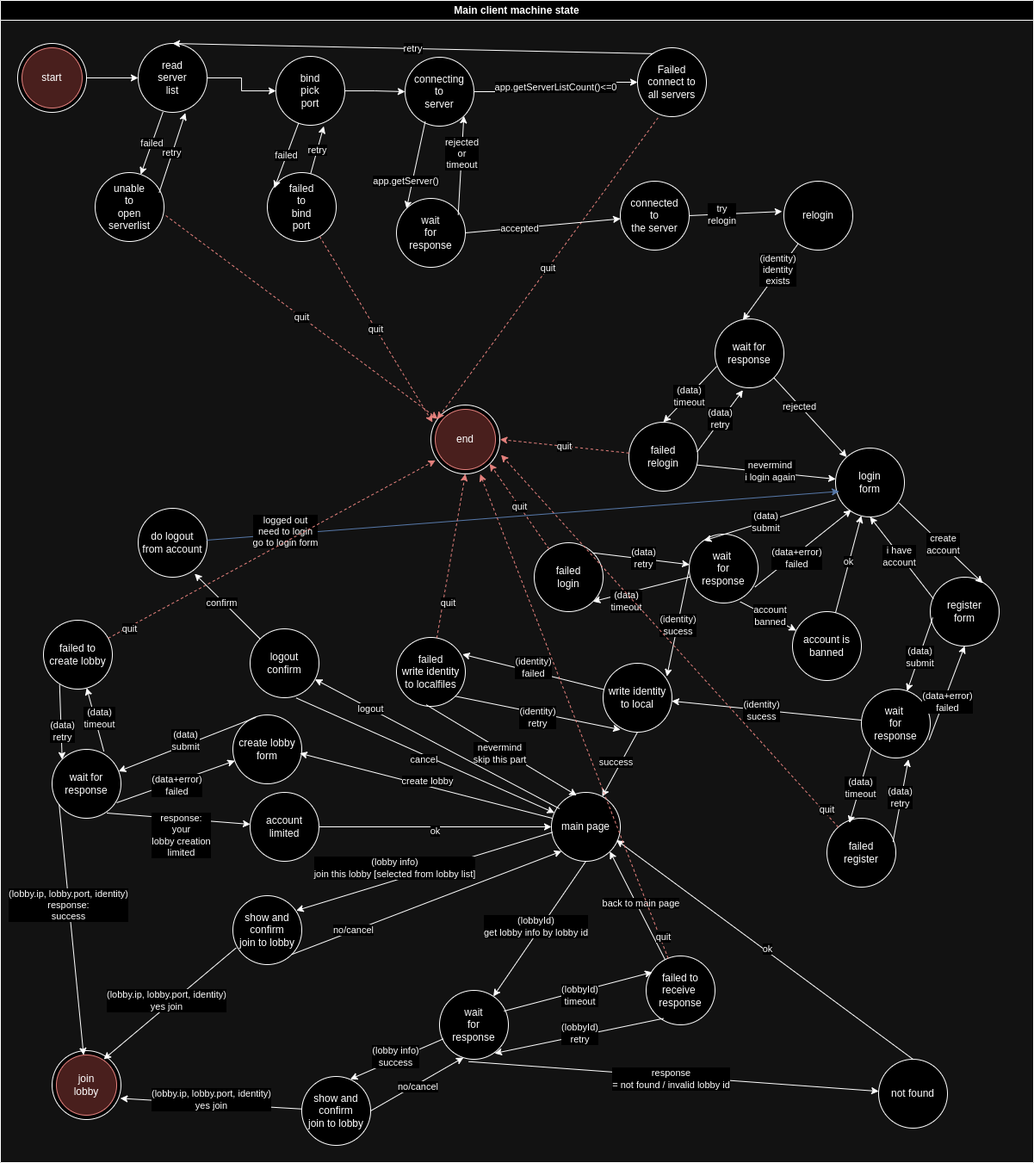
This is docs/machine-state/main-client/main-client-machine-states-dark.png from turnaduw/fluffyMultiplayer, a draw.io export, as it was before one commit. Source tidied: cells renumbered, new cells last; positions are measured from the earlier drawing's top-left corner, leaving out a move shared by most shapes.
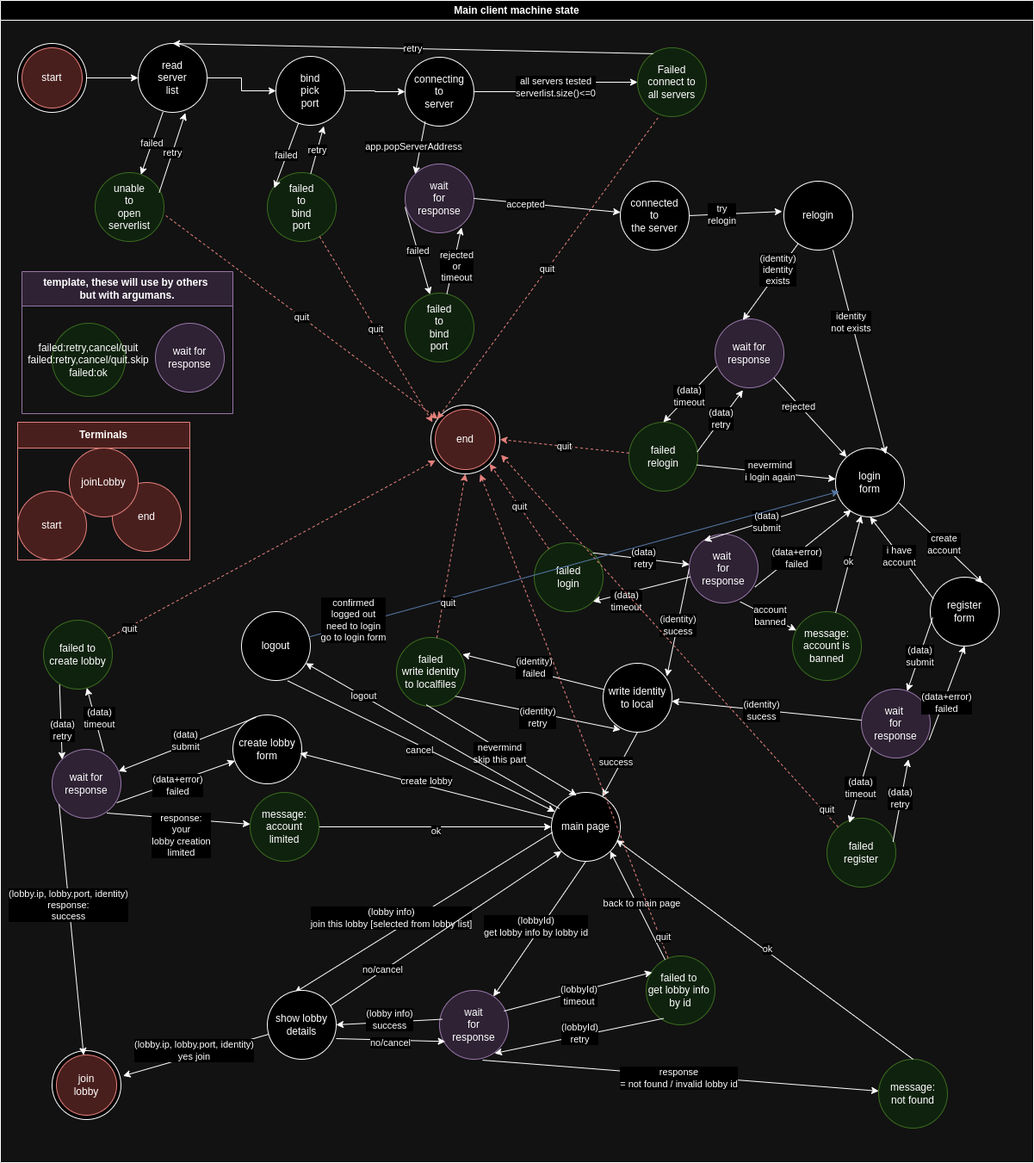
Above is the later version.

Commit message:
doc main-client machine state updated.

Change to the diagram source:
```diff
@@ -22,3 +22,3 @@
     </mxCell>
-    <mxCell id="8" value="unable&lt;br&gt;to&lt;br&gt;open&lt;br&gt;serverlist" style="ellipse;whiteSpace=wrap;html=1;" parent="2" vertex="1">
+    <mxCell id="8" value="unable&lt;br&gt;to&lt;br&gt;open&lt;br&gt;serverlist" style="ellipse;whiteSpace=wrap;html=1;fillColor=#d5e8d4;strokeColor=#82b366;" parent="2" vertex="1">
       <mxGeometry x="110" y="200" width="80" height="80" as="geometry" />
@@ -46,3 +46,3 @@
     </mxCell>
-    <mxCell id="16" value="app.getServerListCount()&amp;lt;=0" style="edgeStyle=orthogonalEdgeStyle;rounded=0;jettySize=auto;html=1;entryX=0;entryY=0.5;entryDx=0;entryDy=0;" parent="2" edge="1" source="17" target="23">
+    <mxCell id="16" value="all servers tested&lt;br&gt;serverlist.size()&amp;lt;=0" style="edgeStyle=orthogonalEdgeStyle;rounded=0;jettySize=auto;html=1;entryX=0;entryY=0.5;entryDx=0;entryDy=0;" parent="2" edge="1" source="17" target="23">
       <mxGeometry relative="1" as="geometry" />
@@ -52,3 +52,3 @@
     </mxCell>
-    <mxCell id="18" value="failed&lt;br&gt;to&lt;br&gt;bind&lt;br&gt;port" style="ellipse;whiteSpace=wrap;html=1;" parent="2" vertex="1">
+    <mxCell id="18" value="failed&lt;br&gt;to&lt;br&gt;bind&lt;br&gt;port" style="ellipse;whiteSpace=wrap;html=1;fillColor=#d5e8d4;strokeColor=#82b366;" parent="2" vertex="1">
       <mxGeometry x="310" y="200" width="80" height="80" as="geometry" />
@@ -64,10 +64,10 @@
     </mxCell>
-    <mxCell id="22" value="wait&lt;br&gt;for&lt;br&gt;response" style="ellipse;whiteSpace=wrap;html=1;" parent="2" vertex="1">
-      <mxGeometry x="460" y="230" width="80" height="80" as="geometry" />
+    <mxCell id="22" value="wait&lt;br&gt;for&lt;br&gt;response" style="ellipse;whiteSpace=wrap;html=1;fillColor=#e1d5e7;strokeColor=#9673a6;" parent="2" vertex="1">
+      <mxGeometry x="470" y="190" width="80" height="80" as="geometry" />
     </mxCell>
-    <mxCell id="23" value="Failed&lt;br&gt;connect to&lt;br&gt;all servers" style="ellipse;whiteSpace=wrap;html=1;" parent="2" vertex="1">
+    <mxCell id="23" value="Failed&lt;br&gt;connect to&lt;br&gt;all servers" style="ellipse;whiteSpace=wrap;html=1;fillColor=#d5e8d4;strokeColor=#82b366;" parent="2" vertex="1">
       <mxGeometry x="740" y="55" width="80" height="80" as="geometry" />
     </mxCell>
-    <mxCell id="24" value="app.getServer()" style="endArrow=classic;html=1;rounded=0;entryX=0;entryY=0;entryDx=0;entryDy=0;exitX=0.293;exitY=0.931;exitDx=0;exitDy=0;exitPerimeter=0;" parent="2" edge="1" source="17" target="22">
-      <mxGeometry x="0.4" y="-7" relative="1" as="geometry" />
+    <mxCell id="24" value="app.popServerAddress" style="endArrow=classic;html=1;rounded=0;entryX=0;entryY=0;entryDx=0;entryDy=0;exitX=0.293;exitY=0.931;exitDx=0;exitDy=0;exitPerimeter=0;" parent="2" edge="1" source="17" target="22">
+      <mxGeometry x="0.01" y="-8" relative="1" as="geometry" />
     </mxCell>
@@ -79,5 +79,2 @@
     </mxCell>
-    <mxCell id="27" value="rejected&lt;br&gt;or&lt;br&gt;timeout" style="endArrow=classic;html=1;rounded=0;entryX=1;entryY=1;entryDx=0;entryDy=0;exitX=0.896;exitY=0.241;exitDx=0;exitDy=0;exitPerimeter=0;" parent="2" edge="1" source="22" target="17">
-      <mxGeometry x="0.25" relative="1" as="geometry" />
-    </mxCell>
     <mxCell id="28" value="connected&lt;br&gt;to&lt;br&gt;the server" style="ellipse;whiteSpace=wrap;html=1;" parent="2" vertex="1">
@@ -94,3 +91,3 @@
     </mxCell>
-    <mxCell id="32" value="wait for response" style="ellipse;whiteSpace=wrap;html=1;" parent="2" vertex="1">
+    <mxCell id="32" value="wait for response" style="ellipse;whiteSpace=wrap;html=1;fillColor=#e1d5e7;strokeColor=#9673a6;" parent="2" vertex="1">
       <mxGeometry x="830" y="370" width="80" height="80" as="geometry" />
@@ -98,3 +95,3 @@
     <mxCell id="33" value="(identity)&lt;br&gt;identity&lt;br&gt;exists" style="endArrow=classic;html=1;rounded=0;entryX=0.405;entryY=0.017;entryDx=0;entryDy=0;entryPerimeter=0;" parent="2" edge="1" source="30" target="32">
-      <mxGeometry x="-0.29" y="-1" relative="1" as="geometry" />
+      <mxGeometry x="-0.3" y="-1" relative="1" as="geometry" />
     </mxCell>
@@ -106,3 +103,3 @@
     </mxCell>
-    <mxCell id="36" value="failed&lt;br&gt;relogin" style="ellipse;whiteSpace=wrap;html=1;" parent="2" vertex="1">
+    <mxCell id="36" value="failed&lt;br&gt;relogin" style="ellipse;whiteSpace=wrap;html=1;fillColor=#d5e8d4;strokeColor=#82b366;" parent="2" vertex="1">
       <mxGeometry x="730" y="490" width="80" height="80" as="geometry" />
@@ -130,3 +127,3 @@
     </mxCell>
-    <mxCell id="44" value="wait&amp;nbsp;&lt;br&gt;for&lt;br&gt;response" style="ellipse;whiteSpace=wrap;html=1;" parent="2" vertex="1">
+    <mxCell id="44" value="wait&amp;nbsp;&lt;br&gt;for&lt;br&gt;response" style="ellipse;whiteSpace=wrap;html=1;fillColor=#e1d5e7;strokeColor=#9673a6;" parent="2" vertex="1">
       <mxGeometry x="800" y="620" width="80" height="80" as="geometry" />
@@ -145,3 +142,3 @@
     </mxCell>
-    <mxCell id="49" value="wait&amp;nbsp;&lt;br&gt;for&lt;br&gt;response" style="ellipse;whiteSpace=wrap;html=1;" parent="2" vertex="1">
+    <mxCell id="49" value="wait&amp;nbsp;&lt;br&gt;for&lt;br&gt;response" style="ellipse;whiteSpace=wrap;html=1;fillColor=#e1d5e7;strokeColor=#9673a6;" parent="2" vertex="1">
       <mxGeometry x="1000" y="800" width="80" height="80" as="geometry" />
@@ -157,6 +154,6 @@
     </mxCell>
-    <mxCell id="53" value="failed&lt;br&gt;register" style="ellipse;whiteSpace=wrap;html=1;" parent="2" vertex="1">
+    <mxCell id="53" value="failed&lt;br&gt;register" style="ellipse;whiteSpace=wrap;html=1;fillColor=#d5e8d4;strokeColor=#82b366;" parent="2" vertex="1">
       <mxGeometry x="960" y="950" width="80" height="80" as="geometry" />
     </mxCell>
-    <mxCell id="54" value="failed&lt;br&gt;login" style="ellipse;whiteSpace=wrap;html=1;" parent="2" vertex="1">
+    <mxCell id="54" value="failed&lt;br&gt;login" style="ellipse;whiteSpace=wrap;html=1;fillColor=#d5e8d4;strokeColor=#82b366;" parent="2" vertex="1">
       <mxGeometry x="620" y="630" width="80" height="80" as="geometry" />
@@ -181,3 +178,3 @@
     </mxCell>
-    <mxCell id="61" value="failed&lt;br&gt;write identity&lt;br&gt;to localfiles" style="ellipse;whiteSpace=wrap;html=1;" parent="2" vertex="1">
+    <mxCell id="61" value="failed&lt;br&gt;write identity&lt;br&gt;to localfiles" style="ellipse;whiteSpace=wrap;html=1;fillColor=#d5e8d4;strokeColor=#82b366;" parent="2" vertex="1">
       <mxGeometry x="460" y="740" width="80" height="80" as="geometry" />
@@ -199,8 +196,5 @@
     </mxCell>
-    <mxCell id="67" value="logout&lt;br&gt;confirm" style="ellipse;whiteSpace=wrap;html=1;" parent="2" vertex="1">
-      <mxGeometry x="290" y="730" width="80" height="80" as="geometry" />
+    <mxCell id="67" value="logout" style="ellipse;whiteSpace=wrap;html=1;" parent="2" vertex="1">
+      <mxGeometry x="280" y="710" width="80" height="80" as="geometry" />
     </mxCell>
-    <mxCell id="68" value="do logout&lt;br&gt;from account" style="ellipse;whiteSpace=wrap;html=1;" parent="2" vertex="1">
-      <mxGeometry x="160" y="590" width="80" height="80" as="geometry" />
-    </mxCell>
     <mxCell id="69" value="logout" style="endArrow=classic;html=1;rounded=0;exitX=0.116;exitY=0.236;exitDx=0;exitDy=0;exitPerimeter=0;" parent="2" edge="1" source="64" target="67">
@@ -211,7 +205,4 @@
     </mxCell>
-    <mxCell id="71" value="confirm" style="endArrow=classic;html=1;rounded=0;entryX=0.82;entryY=0.95;entryDx=0;entryDy=0;entryPerimeter=0;" parent="2" edge="1" source="67" target="68">
-      <mxGeometry x="0.15" y="2" relative="1" as="geometry" />
-    </mxCell>
-    <mxCell id="72" value="logged out&lt;br&gt;need to login&lt;br&gt;go to login form" style="endArrow=classic;html=1;rounded=0;entryX=0.052;entryY=0.629;entryDx=0;entryDy=0;entryPerimeter=0;fillColor=#dae8fc;strokeColor=#6c8ebf;" parent="2" edge="1" source="68" target="34">
-      <mxGeometry x="-0.75" y="3" relative="1" as="geometry" />
+    <mxCell id="72" value="confirmed&lt;br&gt;logged out&lt;br&gt;need to login&lt;br&gt;go to login form" style="endArrow=classic;html=1;rounded=0;entryX=0.052;entryY=0.629;entryDx=0;entryDy=0;entryPerimeter=0;fillColor=#dae8fc;strokeColor=#6c8ebf;" parent="2" edge="1" source="67" target="34">
+      <mxGeometry x="-0.83" y="5" relative="1" as="geometry" />
     </mxCell>
@@ -226,6 +217,6 @@
     </mxCell>
-    <mxCell id="76" value="(lobby info)&lt;br&gt;join this lobby [selected from lobby list]" style="endArrow=classic;html=1;rounded=0;exitX=0.016;exitY=0.579;exitDx=0;exitDy=0;entryX=0.92;entryY=0.216;entryDx=0;entryDy=0;entryPerimeter=0;exitPerimeter=0;" parent="2" edge="1" source="64" target="99">
+    <mxCell id="76" value="(lobby info)&lt;br&gt;join this lobby [selected from lobby list]" style="endArrow=classic;html=1;rounded=0;exitX=0.016;exitY=0.579;exitDx=0;exitDy=0;exitPerimeter=0;entryX=0.396;entryY=0.033;entryDx=0;entryDy=0;entryPerimeter=0;" parent="2" edge="1" source="64" target="96">
       <mxGeometry x="0.2" y="-14" relative="1" as="geometry" />
     </mxCell>
-    <mxCell id="77" value="wait&lt;br&gt;for&lt;br&gt;response" style="ellipse;whiteSpace=wrap;html=1;" parent="2" vertex="1">
+    <mxCell id="77" value="wait&lt;br&gt;for&lt;br&gt;response" style="ellipse;whiteSpace=wrap;html=1;fillColor=#e1d5e7;strokeColor=#9673a6;" parent="2" vertex="1">
       <mxGeometry x="510" y="1150" width="80" height="80" as="geometry" />
@@ -235,6 +226,6 @@
     </mxCell>
-    <mxCell id="79" value="(lobby.ip, lobby.port, identity)&lt;br&gt;yes join" style="endArrow=classic;html=1;rounded=0;entryX=0.991;entryY=0.693;entryDx=0;entryDy=0;entryPerimeter=0;" parent="2" edge="1" source="96" target="74">
+    <mxCell id="79" value="(lobby.ip, lobby.port, identity)&lt;br&gt;yes join" style="endArrow=classic;html=1;rounded=0;entryX=1.031;entryY=0.367;entryDx=0;entryDy=0;entryPerimeter=0;" parent="2" edge="1" source="96" target="74">
       <mxGeometry y="-5" relative="1" as="geometry" />
     </mxCell>
-    <mxCell id="80" value="failed to&lt;br&gt;receive&amp;nbsp;&lt;br&gt;response" style="ellipse;whiteSpace=wrap;html=1;" parent="2" vertex="1">
+    <mxCell id="80" value="failed to&amp;nbsp;&lt;br&gt;get lobby info&amp;nbsp;&lt;br&gt;by id" style="ellipse;whiteSpace=wrap;html=1;fillColor=#d5e8d4;strokeColor=#82b366;" parent="2" vertex="1">
       <mxGeometry x="750" y="1110" width="80" height="80" as="geometry" />
@@ -250,6 +241,6 @@
     </mxCell>
-    <mxCell id="84" value="not found" style="ellipse;whiteSpace=wrap;html=1;" parent="2" vertex="1">
+    <mxCell id="84" value="message:&lt;br&gt;not found" style="ellipse;whiteSpace=wrap;html=1;fillColor=#d5e8d4;strokeColor=#82b366;" parent="2" vertex="1">
       <mxGeometry x="1020" y="1230" width="80" height="80" as="geometry" />
     </mxCell>
-    <mxCell id="85" value="response&lt;br&gt;= not found / invalid lobby id" style="endArrow=classic;html=1;rounded=0;exitX=0.423;exitY=1.034;exitDx=0;exitDy=0;exitPerimeter=0;" parent="2" edge="1" source="77" target="84">
+    <mxCell id="85" value="response&lt;br&gt;= not found / invalid lobby id" style="endArrow=classic;html=1;rounded=0;exitX=0.625;exitY=1.013;exitDx=0;exitDy=0;exitPerimeter=0;" parent="2" edge="1" source="77" target="84">
       <mxGeometry x="-0.01" y="-3" relative="1" as="geometry" />
@@ -265,3 +256,3 @@
     </mxCell>
-    <mxCell id="89" value="wait for response" style="ellipse;whiteSpace=wrap;html=1;" parent="2" vertex="1">
+    <mxCell id="89" value="wait for response" style="ellipse;whiteSpace=wrap;html=1;fillColor=#e1d5e7;strokeColor=#9673a6;" parent="2" vertex="1">
       <mxGeometry x="60" y="870" width="80" height="80" as="geometry" />
@@ -271,3 +262,3 @@
     </mxCell>
-    <mxCell id="91" value="failed to create lobby" style="ellipse;whiteSpace=wrap;html=1;" parent="2" vertex="1">
+    <mxCell id="91" value="failed to create lobby" style="ellipse;whiteSpace=wrap;html=1;fillColor=#d5e8d4;strokeColor=#82b366;" parent="2" vertex="1">
       <mxGeometry x="50" y="720" width="80" height="80" as="geometry" />
@@ -286,20 +277,12 @@
     </mxCell>
-    <mxCell id="96" value="show and&lt;br&gt;confirm&lt;br&gt;join to lobby" style="ellipse;whiteSpace=wrap;html=1;" parent="2" vertex="1">
-      <mxGeometry x="350" y="1250" width="80" height="80" as="geometry" />
+    <mxCell id="96" value="show lobby details" style="ellipse;whiteSpace=wrap;html=1;" parent="2" vertex="1">
+      <mxGeometry x="310" y="1150" width="80" height="80" as="geometry" />
     </mxCell>
-    <mxCell id="97" value="(lobby info)&lt;br&gt;success" style="endArrow=classic;html=1;rounded=0;exitX=0.055;exitY=0.704;exitDx=0;exitDy=0;exitPerimeter=0;entryX=0.705;entryY=0.039;entryDx=0;entryDy=0;entryPerimeter=0;" parent="2" edge="1" source="77" target="96">
+    <mxCell id="97" value="(lobby info)&lt;br&gt;success" style="endArrow=classic;html=1;rounded=0;exitX=0.042;exitY=0.419;exitDx=0;exitDy=0;exitPerimeter=0;entryX=1;entryY=0.5;entryDx=0;entryDy=0;" parent="2" edge="1" source="77" target="96">
       <mxGeometry x="-0.01" y="-3" relative="1" as="geometry" />
     </mxCell>
-    <mxCell id="98" value="no/cancel" style="endArrow=classic;html=1;rounded=0;entryX=0.348;entryY=0.975;entryDx=0;entryDy=0;entryPerimeter=0;" parent="2" edge="1" target="77">
-      <mxGeometry x="-0.01" y="-3" relative="1" as="geometry">
-        <mxPoint x="430" y="1290" as="sourcePoint" />
-      </mxGeometry>
+    <mxCell id="98" value="no/cancel" style="endArrow=classic;html=1;rounded=0;entryX=0.083;entryY=0.742;entryDx=0;entryDy=0;entryPerimeter=0;exitX=1;exitY=0.7;exitDx=0;exitDy=0;exitPerimeter=0;" parent="2" edge="1" source="96" target="77">
+      <mxGeometry x="-0.01" y="-3" relative="1" as="geometry" />
     </mxCell>
-    <mxCell id="99" value="show and&lt;br&gt;confirm&lt;br&gt;join to lobby" style="ellipse;whiteSpace=wrap;html=1;" parent="2" vertex="1">
-      <mxGeometry x="270" y="1040" width="80" height="80" as="geometry" />
-    </mxCell>
-    <mxCell id="100" value="(lobby.ip, lobby.port, identity)&lt;br&gt;yes join" style="endArrow=classic;html=1;rounded=0;entryX=0.75;entryY=0.125;entryDx=0;entryDy=0;entryPerimeter=0;exitX=0.048;exitY=0.757;exitDx=0;exitDy=0;exitPerimeter=0;" parent="2" edge="1" source="99" target="74">
-      <mxGeometry y="-5" relative="1" as="geometry" />
-    </mxCell>
-    <mxCell id="101" value="no/cancel" style="endArrow=classic;html=1;rounded=0;exitX=1;exitY=1;exitDx=0;exitDy=0;entryX=0;entryY=1;entryDx=0;entryDy=0;" parent="2" edge="1" source="99" target="64">
+    <mxCell id="101" value="no/cancel" style="endArrow=classic;html=1;rounded=0;entryX=0;entryY=1;entryDx=0;entryDy=0;" parent="2" edge="1" source="96" target="64">
       <mxGeometry x="-0.54" y="1" relative="1" as="geometry" />
@@ -317,3 +300,3 @@
     </mxCell>
-    <mxCell id="105" value="account is banned" style="ellipse;whiteSpace=wrap;html=1;" parent="2" vertex="1">
+    <mxCell id="105" value="message:&lt;br&gt;account is banned" style="ellipse;whiteSpace=wrap;html=1;fillColor=#d5e8d4;strokeColor=#82b366;" parent="2" vertex="1">
       <mxGeometry x="920" y="710" width="80" height="80" as="geometry" />
@@ -326,3 +309,3 @@
     </mxCell>
-    <mxCell id="108" value="account limited" style="ellipse;whiteSpace=wrap;html=1;" parent="2" vertex="1">
+    <mxCell id="108" value="message:&lt;br&gt;account limited" style="ellipse;whiteSpace=wrap;html=1;fillColor=#d5e8d4;strokeColor=#82b366;" parent="2" vertex="1">
       <mxGeometry x="290" y="920" width="80" height="80" as="geometry" />
@@ -332,2 +315,35 @@
     </mxCell>
+    <mxCell id="110" value="template, these will use by others&amp;nbsp;&lt;br&gt;but with argumans." style="swimlane;whiteSpace=wrap;html=1;startSize=40;fillColor=#e1d5e7;strokeColor=#9673a6;" parent="2" vertex="1">
+      <mxGeometry x="25" y="315" width="245" height="165" as="geometry" />
+    </mxCell>
+    <mxCell id="111" value="wait for response" style="ellipse;whiteSpace=wrap;html=1;fillColor=#e1d5e7;strokeColor=#9673a6;" parent="110" vertex="1">
+      <mxGeometry x="155" y="60" width="80" height="80" as="geometry" />
+    </mxCell>
+    <mxCell id="112" value="failed:retry,cancel/quit&lt;br&gt;failed:retry,cancel/quit.skip&lt;br&gt;failed:ok" style="ellipse;whiteSpace=wrap;html=1;fillColor=#d5e8d4;strokeColor=#82b366;" parent="110" vertex="1">
+      <mxGeometry x="35" y="60" width="85" height="85" as="geometry" />
+    </mxCell>
+    <mxCell id="113" value="Terminals" style="swimlane;whiteSpace=wrap;html=1;startSize=30;fillColor=#f8cecc;strokeColor=#b85450;" parent="2" vertex="1">
+      <mxGeometry x="20" y="490" width="200" height="160" as="geometry" />
+    </mxCell>
+    <mxCell id="114" value="start" style="ellipse;whiteSpace=wrap;html=1;fillColor=#f8cecc;strokeColor=#b85450;" parent="113" vertex="1">
+      <mxGeometry y="80" width="80" height="80" as="geometry" />
+    </mxCell>
+    <mxCell id="115" value="end" style="ellipse;whiteSpace=wrap;html=1;fillColor=#f8cecc;strokeColor=#b85450;" parent="113" vertex="1">
+      <mxGeometry x="110" y="70" width="80" height="80" as="geometry" />
+    </mxCell>
+    <mxCell id="116" value="joinLobby" style="ellipse;whiteSpace=wrap;html=1;fillColor=#f8cecc;strokeColor=#b85450;" parent="113" vertex="1">
+      <mxGeometry x="60" y="30" width="80" height="80" as="geometry" />
+    </mxCell>
+    <mxCell id="117" value="failed&lt;br&gt;to&lt;br&gt;bind&lt;br&gt;port" style="ellipse;whiteSpace=wrap;html=1;fillColor=#d5e8d4;strokeColor=#82b366;" parent="2" vertex="1">
+      <mxGeometry x="470" y="340" width="80" height="80" as="geometry" />
+    </mxCell>
+    <mxCell id="27" value="rejected&lt;br&gt;or&lt;br&gt;timeout" style="endArrow=classic;html=1;rounded=0;entryX=0.82;entryY=0.923;entryDx=0;entryDy=0;entryPerimeter=0;" parent="2" edge="1" source="117" target="22">
+      <mxGeometry x="-0.15" y="-4" relative="1" as="geometry" />
+    </mxCell>
+    <mxCell id="118" value="failed" style="endArrow=classic;html=1;rounded=0;exitX=0;exitY=0.625;exitDx=0;exitDy=0;exitPerimeter=0;" parent="2" edge="1" source="22" target="117">
+      <mxGeometry relative="1" as="geometry" />
+    </mxCell>
+    <mxCell id="119" value="identity&lt;br&gt;not exists" style="endArrow=classic;html=1;rounded=0;entryX=0.73;entryY=0.088;entryDx=0;entryDy=0;entryPerimeter=0;exitX=0.712;exitY=0.999;exitDx=0;exitDy=0;exitPerimeter=0;" parent="2" edge="1" source="30" target="34">
+      <mxGeometry x="-0.3" y="-1" relative="1" as="geometry" />
+    </mxCell>
   </root>
```
